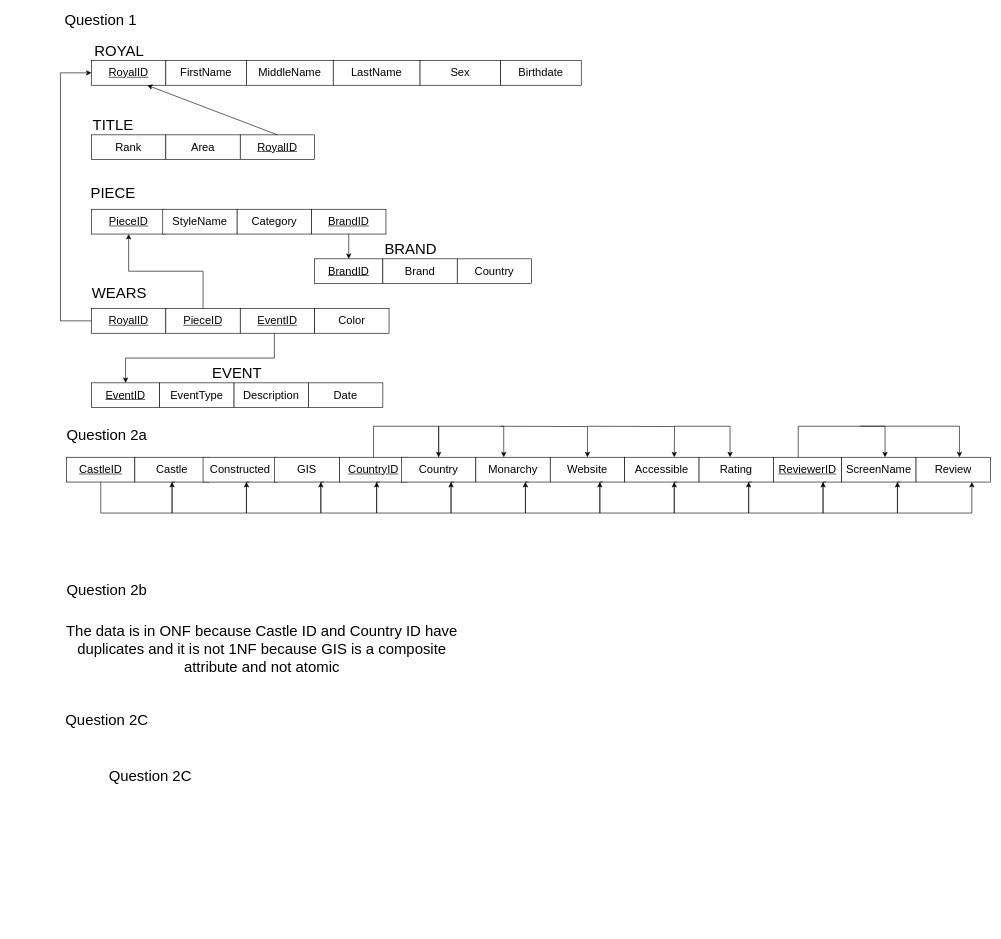
Earlier version of the draw.io diagram HW2/HW 2.drawio (KennethManzi1/Data-Management-Graduate-School-Course). Source tidied: cells renumbered, new cells numbered last; positions are measured from the earlier drawing's top-left corner, leaving out a move shared by most shapes. Both pictures are drawn from the tidied source at 62%, with x=0, y=0 at pixel (11, 11).
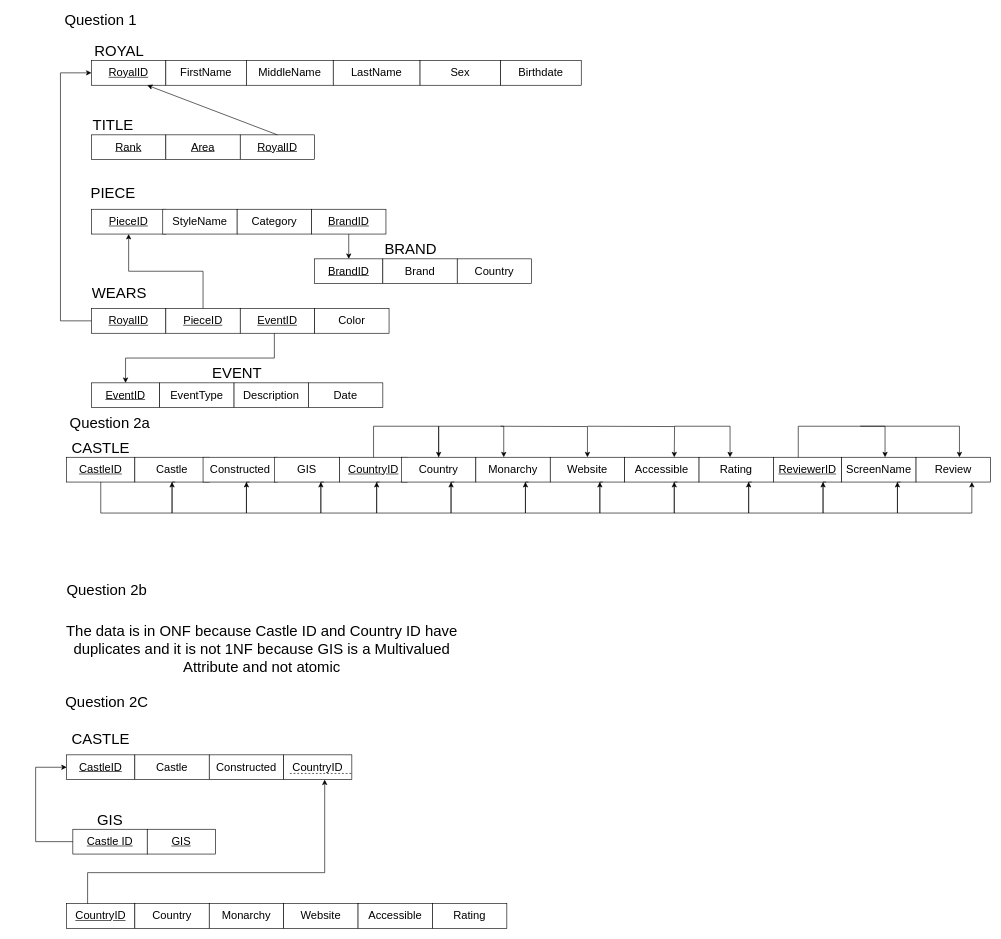
Above is the later version.

What changed in the source:
```diff
@@
-    <mxCell id="10" value="&lt;font style=&quot;font-size: 18px;&quot;&gt;Rank&lt;/font&gt;" style="whiteSpace=wrap;html=1;align=center;" parent="1" vertex="1">
+    <mxCell id="10" value="&lt;font style=&quot;font-size: 18px;&quot;&gt;&lt;u&gt;Rank&lt;/u&gt;&lt;/font&gt;" style="whiteSpace=wrap;html=1;align=center;" parent="1" vertex="1">
       <mxGeometry x="130" y="200" width="120" height="40" as="geometry" />
     </mxCell>
-    <mxCell id="11" value="&lt;font style=&quot;font-size: 18px;&quot;&gt;Area&lt;/font&gt;" style="whiteSpace=wrap;html=1;align=center;" parent="1" vertex="1">
+    <mxCell id="11" value="&lt;font style=&quot;font-size: 18px;&quot;&gt;&lt;u&gt;Area&lt;/u&gt;&lt;/font&gt;" style="whiteSpace=wrap;html=1;align=center;" parent="1" vertex="1">
       <mxGeometry x="250" y="200" width="120" height="40" as="geometry" />
     </mxCell>
@@
     <mxCell id="39" value="&lt;font style=&quot;font-size: 24px;&quot;&gt;Question 2a&lt;/font&gt;" style="text;html=1;whiteSpace=wrap;strokeColor=none;fillColor=none;align=center;verticalAlign=middle;rounded=0;" parent="1" vertex="1">
-      <mxGeometry x="10" y="670" width="290" height="30" as="geometry" />
+      <mxGeometry y="650" width="320" height="30" as="geometry" />
     </mxCell>
@@
-    <mxCell id="73" value="&lt;span style=&quot;font-size: 24px;&quot;&gt;The data is in ONF because Castle ID and Country ID have duplicates and it is not 1NF because GIS is a composite attribute and not atomic&lt;/span&gt;" style="text;html=1;whiteSpace=wrap;strokeColor=none;fillColor=none;align=center;verticalAlign=middle;rounded=0;" parent="1" vertex="1">
+    <mxCell id="73" value="&lt;span style=&quot;font-size: 24px;&quot;&gt;The data is in ONF because Castle ID and Country ID have duplicates and it is not 1NF because GIS is a Multivalued Attribute and not atomic&lt;/span&gt;" style="text;html=1;whiteSpace=wrap;strokeColor=none;fillColor=none;align=center;verticalAlign=middle;rounded=0;" parent="1" vertex="1">
       <mxGeometry x="60" y="980" width="690" height="100" as="geometry" />
     </mxCell>
     <mxCell id="74" value="&lt;font style=&quot;font-size: 24px;&quot;&gt;Question 2C&lt;/font&gt;" style="text;html=1;whiteSpace=wrap;strokeColor=none;fillColor=none;align=center;verticalAlign=middle;rounded=0;" parent="1" vertex="1">
-      <mxGeometry x="10" y="1130" width="290" height="30" as="geometry" />
+      <mxGeometry x="10" y="1100" width="290" height="30" as="geometry" />
     </mxCell>
-    <mxCell id="75" value="&lt;font style=&quot;font-size: 24px;&quot;&gt;Question 2C&lt;/font&gt;" style="text;html=1;whiteSpace=wrap;strokeColor=none;fillColor=none;align=center;verticalAlign=middle;rounded=0;" parent="1" vertex="1">
-      <mxGeometry x="80" y="1220" width="290" height="30" as="geometry" />
-    </mxCell>
+    <mxCell id="76" value="&lt;font style=&quot;font-size: 18px;&quot;&gt;&lt;u&gt;CastleID&lt;/u&gt;&lt;/font&gt;" style="whiteSpace=wrap;html=1;align=center;" parent="1" vertex="1">
+      <mxGeometry x="90" y="1200" width="110" height="40" as="geometry" />
+    </mxCell>
+    <mxCell id="77" value="&lt;font style=&quot;font-size: 18px;&quot;&gt;Castle&lt;/font&gt;" style="whiteSpace=wrap;html=1;align=center;" parent="1" vertex="1">
+      <mxGeometry x="200" y="1200" width="120" height="40" as="geometry" />
+    </mxCell>
+    <mxCell id="78" value="&lt;span style=&quot;font-size: 24px;&quot;&gt;CASTLE&lt;/span&gt;" style="text;html=1;whiteSpace=wrap;strokeColor=none;fillColor=none;align=center;verticalAlign=middle;rounded=0;" parent="1" vertex="1">
+      <mxGeometry x="70" y="1160" width="150" height="30" as="geometry" />
+    </mxCell>
+    <mxCell id="79" value="&lt;span style=&quot;font-size: 24px;&quot;&gt;CASTLE&lt;/span&gt;" style="text;html=1;whiteSpace=wrap;strokeColor=none;fillColor=none;align=center;verticalAlign=middle;rounded=0;" parent="1" vertex="1">
+      <mxGeometry x="70" y="690" width="150" height="30" as="geometry" />
+    </mxCell>
+    <mxCell id="80" value="&lt;u style=&quot;font-size: 18px;&quot;&gt;Castle ID&lt;/u&gt;" style="whiteSpace=wrap;html=1;align=center;" parent="1" vertex="1">
+      <mxGeometry x="100" y="1320" width="120" height="40" as="geometry" />
+    </mxCell>
+    <mxCell id="81" value="&lt;font style=&quot;font-size: 18px;&quot;&gt;Constructed&lt;/font&gt;" style="whiteSpace=wrap;html=1;align=center;" parent="1" vertex="1">
+      <mxGeometry x="320" y="1200" width="120" height="40" as="geometry" />
+    </mxCell>
+    <mxCell id="82" value="&lt;font style=&quot;font-size: 18px;&quot;&gt;&lt;u&gt;GIS&lt;/u&gt;&lt;/font&gt;" style="whiteSpace=wrap;html=1;align=center;" parent="1" vertex="1">
+      <mxGeometry x="220" y="1320" width="110" height="40" as="geometry" />
+    </mxCell>
+    <mxCell id="83" style="endArrow=classic;html=1;rounded=0;edgeStyle=orthogonalEdgeStyle;exitX=0;exitY=0.5;exitDx=0;exitDy=0;" parent="1" edge="1" source="80">
+      <mxGeometry relative="1" as="geometry">
+        <mxPoint x="90" y="1220" as="targetPoint" />
+        <Array as="points">
+          <mxPoint x="40" y="1340" />
+          <mxPoint x="40" y="1220" />
+        </Array>
+      </mxGeometry>
+    </mxCell>
+    <mxCell id="84" value="&lt;span style=&quot;font-size: 24px;&quot;&gt;GIS&lt;/span&gt;" style="text;html=1;whiteSpace=wrap;strokeColor=none;fillColor=none;align=center;verticalAlign=middle;rounded=0;" parent="1" vertex="1">
+      <mxGeometry x="85" y="1290" width="150" height="30" as="geometry" />
+    </mxCell>
+    <mxCell id="85" value="&lt;font style=&quot;font-size: 18px;&quot;&gt;&lt;u&gt;CountryID&lt;/u&gt;&lt;/font&gt;" style="whiteSpace=wrap;html=1;align=center;" parent="1" vertex="1">
+      <mxGeometry x="90" y="1440" width="110" height="40" as="geometry" />
+    </mxCell>
+    <mxCell id="86" value="&lt;font style=&quot;font-size: 18px;&quot;&gt;Country&lt;/font&gt;" style="whiteSpace=wrap;html=1;align=center;" parent="1" vertex="1">
+      <mxGeometry x="200" y="1440" width="120" height="40" as="geometry" />
+    </mxCell>
+    <mxCell id="87" value="&lt;font style=&quot;font-size: 18px;&quot;&gt;Monarchy&lt;/font&gt;" style="whiteSpace=wrap;html=1;align=center;" parent="1" vertex="1">
+      <mxGeometry x="320" y="1440" width="120" height="40" as="geometry" />
+    </mxCell>
+    <mxCell id="88" value="&lt;font style=&quot;font-size: 18px;&quot;&gt;Website&lt;/font&gt;" style="whiteSpace=wrap;html=1;align=center;" parent="1" vertex="1">
+      <mxGeometry x="440" y="1440" width="120" height="40" as="geometry" />
+    </mxCell>
+    <mxCell id="89" value="&lt;font style=&quot;font-size: 18px;&quot;&gt;Accessible&lt;/font&gt;" style="whiteSpace=wrap;html=1;align=center;" parent="1" vertex="1">
+      <mxGeometry x="560" y="1440" width="120" height="40" as="geometry" />
+    </mxCell>
+    <mxCell id="90" value="&lt;font style=&quot;font-size: 18px;&quot;&gt;Rating&lt;/font&gt;" style="whiteSpace=wrap;html=1;align=center;" parent="1" vertex="1">
+      <mxGeometry x="680" y="1440" width="120" height="40" as="geometry" />
+    </mxCell>
+    <mxCell id="91" value="&lt;font style=&quot;font-size: 18px;&quot;&gt;CountryID&lt;/font&gt;" style="whiteSpace=wrap;html=1;align=center;" parent="1" vertex="1">
+      <mxGeometry x="440" y="1200" width="110" height="40" as="geometry" />
+    </mxCell>
+    <mxCell id="92" style="endArrow=none;dashed=1;html=1;rounded=0;" parent="1" edge="1">
+      <mxGeometry relative="1" as="geometry">
+        <mxPoint x="450" y="1230" as="sourcePoint" />
+        <mxPoint x="550" y="1230" as="targetPoint" />
+        <Array as="points">
+          <mxPoint x="490" y="1230" />
+          <mxPoint x="520" y="1230" />
+        </Array>
+      </mxGeometry>
+    </mxCell>
+    <mxCell id="93" style="endArrow=classic;html=1;rounded=0;entryX=0.75;entryY=1;entryDx=0;entryDy=0;edgeStyle=orthogonalEdgeStyle;" parent="1" edge="1">
+      <mxGeometry relative="1" as="geometry">
+        <mxPoint x="123.8" y="1440" as="sourcePoint" />
+        <mxPoint x="506.2" y="1240" as="targetPoint" />
+        <Array as="points">
+          <mxPoint x="123.8" y="1390" />
+          <mxPoint x="505.8" y="1390" />
+        </Array>
+      </mxGeometry>
+    </mxCell>
```
